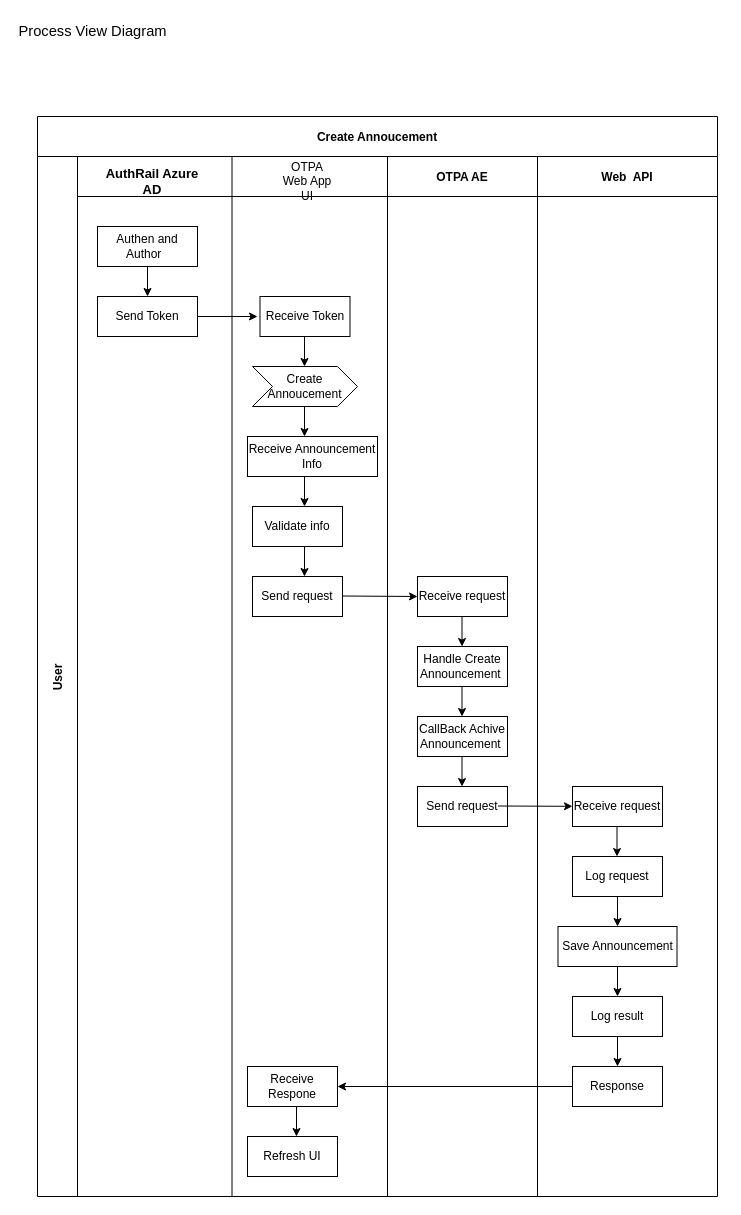
Earlier version of the draw.io diagram process diagram 2.drawio (dieunguyen2003/deploycode). Source tidied: cells renumbered, new cells numbered last; positions are measured from the earlier drawing's top-left corner, leaving out a move shared by most shapes. Both pictures are drawn from the tidied source at 100%, with x=0, y=0 at pixel (17, 17).
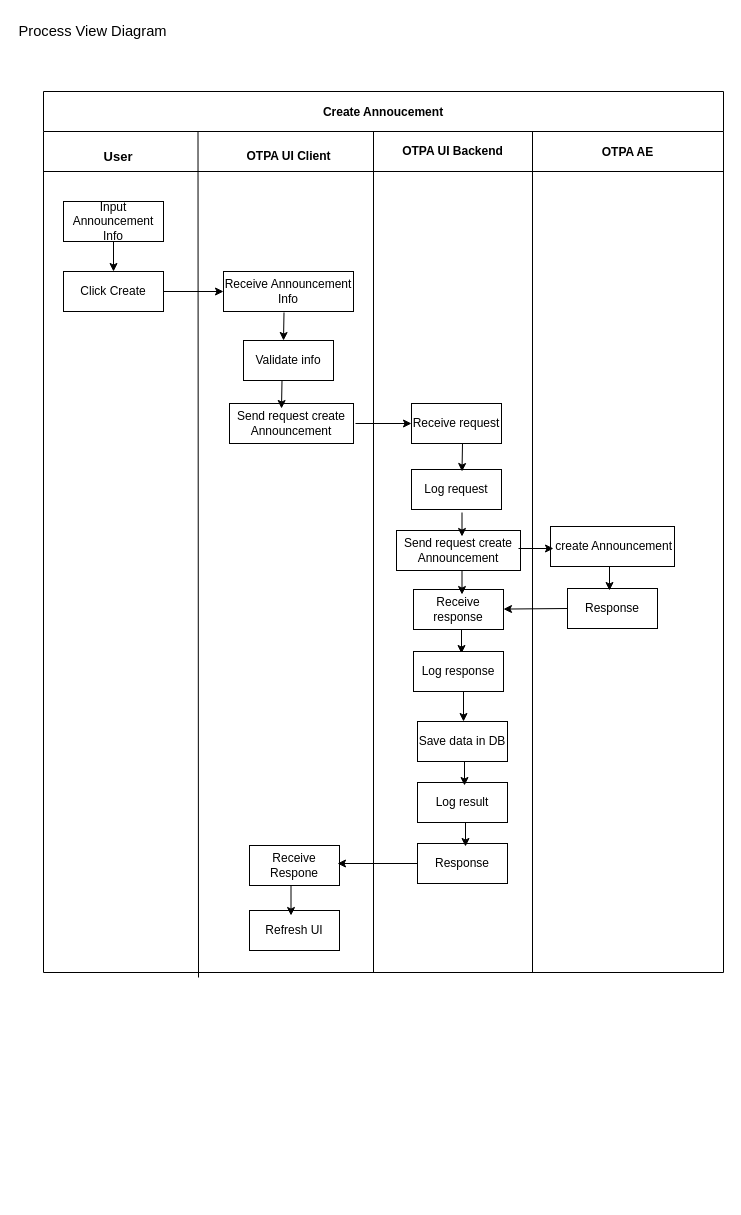
The same diagram, later.

Commit message:
Update process diagram 3.drawio

Diff of the diagram source:
```diff
@@
     <mxCell id="2" value="Create Annoucement" style="shape=table;childLayout=tableLayout;startSize=40;fillColor=none;fontStyle=1;" parent="1" vertex="1">
-      <mxGeometry x="20" y="99" width="680" height="1080" as="geometry" />
+      <mxGeometry x="26" y="74" width="680" height="881" as="geometry" />
     </mxCell>
-    <mxCell id="3" value="User" style="shape=tableRow;horizontal=0;swimlaneHead=0;swimlaneBody=0;top=0;left=0;bottom=0;right=0;fillColor=none;startSize=40;fontStyle=1;" parent="2" vertex="1">
-      <mxGeometry y="40" width="680" height="1040" as="geometry" />
+    <mxCell id="3" style="shape=tableRow;horizontal=0;swimlaneHead=0;swimlaneBody=0;top=0;left=0;bottom=0;right=0;fillColor=none;startSize=0;fontStyle=1;" parent="2" vertex="1">
+      <mxGeometry y="40" width="680" height="841" as="geometry" />
     </mxCell>
     <mxCell id="4" style="swimlane;swimlaneHead=0;swimlaneBody=0;fillColor=none;startSize=40;fontStyle=1;" parent="3" vertex="1">
-      <mxGeometry x="40" width="310" height="1040" as="geometry" />
+      <mxGeometry width="330" height="841" as="geometry" />
     </mxCell>
     <mxCell id="5" value="Receive Announcement Info" style="rounded=0;whiteSpace=wrap;html=1;" parent="4" vertex="1">
-      <mxGeometry x="170" y="280" width="130" height="40" as="geometry" />
+      <mxGeometry x="180" y="140" width="130" height="40" as="geometry" />
     </mxCell>
     <mxCell id="6" value="Validate info" style="rounded=0;whiteSpace=wrap;html=1;" parent="4" vertex="1">
-      <mxGeometry x="175" y="350" width="90" height="40" as="geometry" />
+      <mxGeometry x="200" y="209" width="90" height="40" as="geometry" />
     </mxCell>
-    <mxCell id="7" value="Send request" style="rounded=0;whiteSpace=wrap;html=1;" parent="4" vertex="1">
-      <mxGeometry x="175" y="420" width="90" height="40" as="geometry" />
+    <mxCell id="7" value="Send request create Announcement" style="rounded=0;whiteSpace=wrap;html=1;" parent="4" vertex="1">
+      <mxGeometry x="186" y="272" width="124" height="40" as="geometry" />
     </mxCell>
-    <mxCell id="8" value="OTPA Web App UI" style="text;html=1;strokeColor=none;fillColor=none;align=center;verticalAlign=middle;whiteSpace=wrap;rounded=0;" parent="4" vertex="1">
-      <mxGeometry x="200" y="10" width="60" height="30" as="geometry" />
+    <mxCell id="8" value="&lt;b&gt;OTPA UI Client&lt;/b&gt;" style="text;html=1;strokeColor=none;fillColor=none;align=center;verticalAlign=middle;whiteSpace=wrap;rounded=0;" parent="4" vertex="1">
+      <mxGeometry x="200" y="10" width="91" height="30" as="geometry" />
     </mxCell>
-    <mxCell id="9" value="&lt;font style=&quot;font-size: 13px;&quot;&gt;&lt;b&gt;AuthRail Azure AD&lt;/b&gt;&lt;/font&gt;" style="text;html=1;strokeColor=none;fillColor=none;align=center;verticalAlign=middle;whiteSpace=wrap;rounded=0;" parent="4" vertex="1">
+    <mxCell id="9" value="&lt;span style=&quot;font-size: 13px;&quot;&gt;&lt;b&gt;User&lt;/b&gt;&lt;/span&gt;" style="text;html=1;strokeColor=none;fillColor=none;align=center;verticalAlign=middle;whiteSpace=wrap;rounded=0;" parent="4" vertex="1">
       <mxGeometry x="20" y="10" width="110" height="30" as="geometry" />
     </mxCell>
-    <mxCell id="10" value="Authen and Author&amp;nbsp;&amp;nbsp;" style="rounded=0;whiteSpace=wrap;html=1;" parent="4" vertex="1">
+    <mxCell id="10" value="Input Announcement Info" style="rounded=0;whiteSpace=wrap;html=1;" parent="4" vertex="1">
       <mxGeometry x="20" y="70" width="100" height="40" as="geometry" />
     </mxCell>
-    <mxCell id="11" value="Send Token" style="rounded=0;whiteSpace=wrap;html=1;" parent="4" vertex="1">
+    <mxCell id="11" value="Click Create" style="rounded=0;whiteSpace=wrap;html=1;" parent="4" vertex="1">
       <mxGeometry x="20" y="140" width="100" height="40" as="geometry" />
     </mxCell>
-    <mxCell id="12" value="Receive Token" style="rounded=0;whiteSpace=wrap;html=1;" parent="4" vertex="1">
-      <mxGeometry x="182.5" y="140" width="90" height="40" as="geometry" />
-    </mxCell>
     <mxCell id="13" value="Receive Respone" style="rounded=0;whiteSpace=wrap;html=1;" parent="4" vertex="1">
-      <mxGeometry x="170" y="910" width="90" height="40" as="geometry" />
+      <mxGeometry x="206" y="714" width="90" height="40" as="geometry" />
     </mxCell>
     <mxCell id="14" value="Refresh UI" style="rounded=0;whiteSpace=wrap;html=1;" parent="4" vertex="1">
-      <mxGeometry x="170" y="980" width="90" height="40" as="geometry" />
+      <mxGeometry x="206" y="779" width="90" height="40" as="geometry" />
     </mxCell>
-    <mxCell id="15" value="Create Annoucement" style="shape=step;perimeter=stepPerimeter;whiteSpace=wrap;html=1;fixedSize=1;" parent="4" vertex="1">
-      <mxGeometry x="175" y="210" width="105" height="40" as="geometry" />
-    </mxCell>
-    <mxCell id="16" style="edgeStyle=orthogonalEdgeStyle;rounded=0;orthogonalLoop=1;jettySize=auto;html=1;exitX=0.5;exitY=1;exitDx=0;exitDy=0;" parent="4" edge="1" source="12" target="12">
-      <mxGeometry relative="1" as="geometry" />
+    <mxCell id="16" style="edgeStyle=orthogonalEdgeStyle;rounded=0;orthogonalLoop=1;jettySize=auto;html=1;exitX=0.5;exitY=1;exitDx=0;exitDy=0;" parent="4" edge="1">
+      <mxGeometry relative="1" as="geometry">
+        <mxPoint x="227.5" y="180" as="sourcePoint" />
+        <mxPoint x="227.5" y="180" as="targetPoint" />
+      </mxGeometry>
     </mxCell>
-    <mxCell id="17" style="edgeStyle=orthogonalEdgeStyle;rounded=0;orthogonalLoop=1;jettySize=auto;html=1;exitX=0.5;exitY=1;exitDx=0;exitDy=0;" parent="4" edge="1" source="15" target="15">
-      <mxGeometry relative="1" as="geometry" />
+    <mxCell id="17" style="edgeStyle=orthogonalEdgeStyle;rounded=0;orthogonalLoop=1;jettySize=auto;html=1;exitX=0.5;exitY=1;exitDx=0;exitDy=0;" parent="4" edge="1">
+      <mxGeometry relative="1" as="geometry">
+        <mxPoint x="227.5" y="250" as="sourcePoint" />
+        <mxPoint x="227.5" y="250" as="targetPoint" />
+      </mxGeometry>
     </mxCell>
@@
-    <mxCell id="20" style="endArrow=classic;html=1;rounded=0;exitX=0.5;exitY=1;exitDx=0;exitDy=0;" parent="4" edge="1">
-      <mxGeometry relative="1" as="geometry">
-        <mxPoint x="227" y="180" as="sourcePoint" />
-        <mxPoint x="227" y="210" as="targetPoint" />
-      </mxGeometry>
-    </mxCell>
-    <mxCell id="21" style="endArrow=classic;html=1;rounded=0;exitX=0.5;exitY=1;exitDx=0;exitDy=0;" parent="4" edge="1">
-      <mxGeometry relative="1" as="geometry">
-        <mxPoint x="227" y="250" as="sourcePoint" />
-        <mxPoint x="227" y="280" as="targetPoint" />
-      </mxGeometry>
-    </mxCell>
-    <mxCell id="22" style="endArrow=classic;html=1;rounded=0;exitX=0.5;exitY=1;exitDx=0;exitDy=0;" parent="4" edge="1">
-      <mxGeometry relative="1" as="geometry">
-        <mxPoint x="227" y="320" as="sourcePoint" />
-        <mxPoint x="227" y="350" as="targetPoint" />
-      </mxGeometry>
-    </mxCell>
-    <mxCell id="23" style="endArrow=classic;html=1;rounded=0;exitX=0.5;exitY=1;exitDx=0;exitDy=0;" parent="4" edge="1">
-      <mxGeometry relative="1" as="geometry">
-        <mxPoint x="227" y="390" as="sourcePoint" />
-        <mxPoint x="227" y="420" as="targetPoint" />
-      </mxGeometry>
-    </mxCell>
-    <mxCell id="24" style="endArrow=classic;html=1;rounded=0;entryX=0;entryY=0.5;entryDx=0;entryDy=0;" parent="4" edge="1" target="28">
-      <mxGeometry relative="1" as="geometry">
-        <mxPoint x="265" y="439.5" as="sourcePoint" />
-      </mxGeometry>
-    </mxCell>
     <mxCell id="25" style="endArrow=classic;html=1;rounded=0;exitX=0.5;exitY=1;exitDx=0;exitDy=0;" parent="4" edge="1">
       <mxGeometry relative="1" as="geometry">
-        <mxPoint x="219" y="950" as="sourcePoint" />
-        <mxPoint x="219" y="980" as="targetPoint" />
+        <mxPoint x="247.5" y="754" as="sourcePoint" />
+        <mxPoint x="247.5" y="784" as="targetPoint" />
       </mxGeometry>
     </mxCell>
     <mxCell id="26" style="endArrow=none;html=1;rounded=0;" parent="4" edge="1">
       <mxGeometry relative="1" as="geometry">
-        <mxPoint x="154.5" y="1040" as="sourcePoint" />
+        <mxPoint x="155" y="846" as="sourcePoint" />
         <mxPoint x="154.5" as="targetPoint" />
       </mxGeometry>
     </mxCell>
+    <mxCell id="48" style="endArrow=classic;html=1;rounded=0;entryX=0;entryY=0.5;entryDx=0;entryDy=0;" parent="4" edge="1" target="28">
+      <mxGeometry relative="1" as="geometry">
+        <mxPoint x="312" y="292" as="sourcePoint" />
+      </mxGeometry>
+    </mxCell>
+    <mxCell id="49" style="endArrow=classic;html=1;rounded=0;" parent="4" edge="1">
+      <mxGeometry relative="1" as="geometry">
+        <mxPoint x="240.5" y="181" as="sourcePoint" />
+        <mxPoint x="240" y="209" as="targetPoint" />
+      </mxGeometry>
+    </mxCell>
+    <mxCell id="50" style="endArrow=classic;html=1;rounded=0;" parent="4" edge="1">
+      <mxGeometry relative="1" as="geometry">
+        <mxPoint x="238.5" y="249" as="sourcePoint" />
+        <mxPoint x="238" y="277" as="targetPoint" />
+      </mxGeometry>
+    </mxCell>
-    <mxCell id="27" value="OTPA AE" style="swimlane;swimlaneHead=0;swimlaneBody=0;fillColor=none;startSize=40;fontStyle=1;" parent="3" vertex="1">
-      <mxGeometry x="350" width="150" height="1040" as="geometry" />
+    <mxCell id="27" style="swimlane;swimlaneHead=0;swimlaneBody=0;fillColor=none;startSize=40;fontStyle=1;" parent="3" vertex="1">
+      <mxGeometry x="330" width="159" height="841" as="geometry" />
     </mxCell>
     <mxCell id="28" value="Receive request" style="rounded=0;whiteSpace=wrap;html=1;" parent="27" vertex="1">
-      <mxGeometry x="30" y="420" width="90" height="40" as="geometry" />
+      <mxGeometry x="38" y="272" width="90" height="40" as="geometry" />
     </mxCell>
-    <mxCell id="29" value="Handle Create Announcement&amp;nbsp;" style="rounded=0;whiteSpace=wrap;html=1;" parent="27" vertex="1">
-      <mxGeometry x="30" y="490" width="90" height="40" as="geometry" />
-    </mxCell>
-    <mxCell id="30" value="Send request" style="rounded=0;whiteSpace=wrap;html=1;" parent="27" vertex="1">
-      <mxGeometry x="30" y="630" width="90" height="40" as="geometry" />
-    </mxCell>
-    <mxCell id="31" value="CallBack Achive Announcement&amp;nbsp;" style="rounded=0;whiteSpace=wrap;html=1;" parent="27" vertex="1">
-      <mxGeometry x="30" y="560" width="90" height="40" as="geometry" />
+    <mxCell id="31" value="Receive response" style="rounded=0;whiteSpace=wrap;html=1;" parent="27" vertex="1">
+      <mxGeometry x="40" y="458" width="90" height="40" as="geometry" />
     </mxCell>
-    <mxCell id="32" style="endArrow=classic;html=1;rounded=0;exitX=0.5;exitY=1;exitDx=0;exitDy=0;" parent="27" edge="1">
-      <mxGeometry relative="1" as="geometry">
-        <mxPoint x="74.5" y="460" as="sourcePoint" />
-        <mxPoint x="74.5" y="490" as="targetPoint" />
-      </mxGeometry>
-    </mxCell>
     <mxCell id="33" style="endArrow=classic;html=1;rounded=0;exitX=0.5;exitY=1;exitDx=0;exitDy=0;" parent="27" edge="1">
       <mxGeometry relative="1" as="geometry">
-        <mxPoint x="74.5" y="530" as="sourcePoint" />
-        <mxPoint x="74.5" y="560" as="targetPoint" />
+        <mxPoint x="88" y="498" as="sourcePoint" />
+        <mxPoint x="88" y="522" as="targetPoint" />
       </mxGeometry>
     </mxCell>
     <mxCell id="34" style="endArrow=classic;html=1;rounded=0;exitX=0.5;exitY=1;exitDx=0;exitDy=0;" parent="27" edge="1">
       <mxGeometry relative="1" as="geometry">
-        <mxPoint x="74.5" y="600" as="sourcePoint" />
-        <mxPoint x="74.5" y="630" as="targetPoint" />
+        <mxPoint x="90" y="560" as="sourcePoint" />
+        <mxPoint x="90" y="590" as="targetPoint" />
       </mxGeometry>
     </mxCell>
-    <mxCell id="35" style="endArrow=classic;html=1;rounded=0;" parent="27" edge="1" target="13">
-      <mxGeometry relative="1" as="geometry">
-        <mxPoint x="190" y="930" as="sourcePoint" />
-      </mxGeometry>
-    </mxCell>
-    <mxCell id="36" value="Web  API" style="swimlane;swimlaneHead=0;swimlaneBody=0;fillColor=none;startSize=40;fontStyle=1;" parent="3" vertex="1">
-      <mxGeometry x="500" width="180" height="1040" as="geometry" />
-    </mxCell>
-    <mxCell id="37" value="Receive request" style="rounded=0;whiteSpace=wrap;html=1;" parent="36" vertex="1">
-      <mxGeometry x="35" y="630" width="90" height="40" as="geometry" />
-    </mxCell>
-    <mxCell id="38" value="Save Announcement" style="rounded=0;whiteSpace=wrap;html=1;" parent="36" vertex="1">
-      <mxGeometry x="20.5" y="770" width="119" height="40" as="geometry" />
-    </mxCell>
-    <mxCell id="39" value="Log request" style="rounded=0;whiteSpace=wrap;html=1;" parent="36" vertex="1">
-      <mxGeometry x="35" y="700" width="90" height="40" as="geometry" />
+    <mxCell id="39" value="Log request" style="rounded=0;whiteSpace=wrap;html=1;" parent="27" vertex="1">
+      <mxGeometry x="38" y="338" width="90" height="40" as="geometry" />
     </mxCell>
+    <mxCell id="51" value="Send request create Announcement" style="rounded=0;whiteSpace=wrap;html=1;" parent="27" vertex="1">
+      <mxGeometry x="23" y="399" width="124" height="40" as="geometry" />
+    </mxCell>
+    <mxCell id="52" value="Log response" style="rounded=0;whiteSpace=wrap;html=1;" parent="27" vertex="1">
+      <mxGeometry x="40" y="520" width="90" height="40" as="geometry" />
+    </mxCell>
+    <mxCell id="53" value="Save data in DB" style="rounded=0;whiteSpace=wrap;html=1;" parent="27" vertex="1">
+      <mxGeometry x="44" y="590" width="90" height="40" as="geometry" />
+    </mxCell>
-    <mxCell id="40" value="Log result" style="rounded=0;whiteSpace=wrap;html=1;" parent="36" vertex="1">
-      <mxGeometry x="35" y="840" width="90" height="40" as="geometry" />
+    <mxCell id="40" value="Log result" style="rounded=0;whiteSpace=wrap;html=1;" parent="27" vertex="1">
+      <mxGeometry x="44" y="651" width="90" height="40" as="geometry" />
     </mxCell>
-    <mxCell id="41" value="Response" style="rounded=0;whiteSpace=wrap;html=1;" parent="36" vertex="1">
-      <mxGeometry x="35" y="910" width="90" height="40" as="geometry" />
+    <mxCell id="41" value="Response" style="rounded=0;whiteSpace=wrap;html=1;" parent="27" vertex="1">
+      <mxGeometry x="44" y="712" width="90" height="40" as="geometry" />
     </mxCell>
+    <mxCell id="54" style="endArrow=classic;html=1;rounded=0;exitX=0.5;exitY=1;exitDx=0;exitDy=0;" parent="27" edge="1">
+      <mxGeometry relative="1" as="geometry">
+        <mxPoint x="91" y="630" as="sourcePoint" />
+        <mxPoint x="91" y="654" as="targetPoint" />
+      </mxGeometry>
+    </mxCell>
+    <mxCell id="55" style="endArrow=classic;html=1;rounded=0;exitX=0.5;exitY=1;exitDx=0;exitDy=0;" parent="27" edge="1">
+      <mxGeometry relative="1" as="geometry">
+        <mxPoint x="92" y="691" as="sourcePoint" />
+        <mxPoint x="92" y="715" as="targetPoint" />
+      </mxGeometry>
+    </mxCell>
+    <mxCell id="56" style="endArrow=classic;html=1;rounded=0;exitX=0.5;exitY=1;exitDx=0;exitDy=0;" parent="27" edge="1">
+      <mxGeometry relative="1" as="geometry">
+        <mxPoint x="88.5" y="439" as="sourcePoint" />
+        <mxPoint x="88.5" y="463" as="targetPoint" />
+      </mxGeometry>
+    </mxCell>
+    <mxCell id="57" style="endArrow=classic;html=1;rounded=0;exitX=0.5;exitY=1;exitDx=0;exitDy=0;" parent="27" edge="1">
+      <mxGeometry relative="1" as="geometry">
+        <mxPoint x="88.5" y="381" as="sourcePoint" />
+        <mxPoint x="88.5" y="405" as="targetPoint" />
+      </mxGeometry>
+    </mxCell>
+    <mxCell id="58" style="endArrow=classic;html=1;rounded=0;" parent="27" edge="1">
+      <mxGeometry relative="1" as="geometry">
+        <mxPoint x="89" y="312" as="sourcePoint" />
+        <mxPoint x="88.5" y="340" as="targetPoint" />
+      </mxGeometry>
+    </mxCell>
+    <mxCell id="59" value="&lt;b&gt;OTPA UI Backend&lt;/b&gt;" style="text;html=1;strokeColor=none;fillColor=none;align=center;verticalAlign=middle;whiteSpace=wrap;rounded=0;" parent="27" vertex="1">
+      <mxGeometry x="25" y="5" width="109" height="30" as="geometry" />
+    </mxCell>
+    <mxCell id="36" value="OTPA AE" style="swimlane;swimlaneHead=0;swimlaneBody=0;fillColor=none;startSize=40;fontStyle=1;" parent="3" vertex="1">
+      <mxGeometry x="489" width="191" height="841" as="geometry" />
+    </mxCell>
+    <mxCell id="60" value="&amp;nbsp;create Announcement" style="rounded=0;whiteSpace=wrap;html=1;" parent="36" vertex="1">
+      <mxGeometry x="18" y="395" width="124" height="40" as="geometry" />
+    </mxCell>
+    <mxCell id="61" value="Response" style="rounded=0;whiteSpace=wrap;html=1;" parent="36" vertex="1">
+      <mxGeometry x="35" y="457" width="90" height="40" as="geometry" />
+    </mxCell>
+    <mxCell id="62" style="endArrow=classic;html=1;rounded=0;" parent="36" edge="1">
+      <mxGeometry relative="1" as="geometry">
+        <mxPoint x="-14" y="417" as="sourcePoint" />
+        <mxPoint x="21" y="417" as="targetPoint" />
+      </mxGeometry>
+    </mxCell>
+    <mxCell id="63" style="edgeStyle=orthogonalEdgeStyle;rounded=0;orthogonalLoop=1;jettySize=auto;html=1;exitX=0.5;exitY=1;exitDx=0;exitDy=0;" parent="36" edge="1" source="61" target="61">
+      <mxGeometry relative="1" as="geometry" />
+    </mxCell>
+    <mxCell id="64" style="endArrow=classic;html=1;rounded=0;exitX=0.5;exitY=1;exitDx=0;exitDy=0;" parent="36" edge="1">
+      <mxGeometry relative="1" as="geometry">
+        <mxPoint x="77" y="435" as="sourcePoint" />
+        <mxPoint x="77" y="459" as="targetPoint" />
+      </mxGeometry>
+    </mxCell>
-    <mxCell id="42" style="endArrow=classic;html=1;rounded=0;" parent="36" edge="1" target="37">
-      <mxGeometry relative="1" as="geometry">
-        <mxPoint x="-39.5" y="649.5" as="sourcePoint" />
-      </mxGeometry>
+    <mxCell id="42" style="endArrow=classic;html=1;rounded=0;exitX=0;exitY=0.5;exitDx=0;exitDy=0;" parent="3" edge="1" source="61" target="31">
+      <mxGeometry relative="1" as="geometry" />
     </mxCell>
-    <mxCell id="43" style="endArrow=classic;html=1;rounded=0;exitX=0.5;exitY=1;exitDx=0;exitDy=0;" parent="36" edge="1">
-      <mxGeometry relative="1" as="geometry">
-        <mxPoint x="79.5" y="670" as="sourcePoint" />
-        <mxPoint x="79.5" y="700" as="targetPoint" />
-      </mxGeometry>
-    </mxCell>
-    <mxCell id="44" style="endArrow=classic;html=1;rounded=0;exitX=0.5;exitY=1;exitDx=0;exitDy=0;" parent="36" edge="1">
-      <mxGeometry relative="1" as="geometry">
-        <mxPoint x="80" y="740" as="sourcePoint" />
-        <mxPoint x="80" y="770" as="targetPoint" />
-      </mxGeometry>
-    </mxCell>
-    <mxCell id="45" style="endArrow=classic;html=1;rounded=0;exitX=0.5;exitY=1;exitDx=0;exitDy=0;" parent="36" edge="1">
-      <mxGeometry relative="1" as="geometry">
-        <mxPoint x="80" y="810" as="sourcePoint" />
-        <mxPoint x="80" y="840" as="targetPoint" />
-      </mxGeometry>
-    </mxCell>
-    <mxCell id="46" style="endArrow=classic;html=1;rounded=0;exitX=0.5;exitY=1;exitDx=0;exitDy=0;" parent="36" edge="1">
-      <mxGeometry relative="1" as="geometry">
-        <mxPoint x="80" y="880" as="sourcePoint" />
-        <mxPoint x="80" y="910" as="targetPoint" />
-      </mxGeometry>
-    </mxCell>
+    <mxCell id="65" style="endArrow=classic;html=1;rounded=0;exitX=0;exitY=0.5;exitDx=0;exitDy=0;" parent="3" edge="1" source="41">
+      <mxGeometry relative="1" as="geometry">
+        <mxPoint x="294" y="732" as="targetPoint" />
+      </mxGeometry>
+    </mxCell>
```
